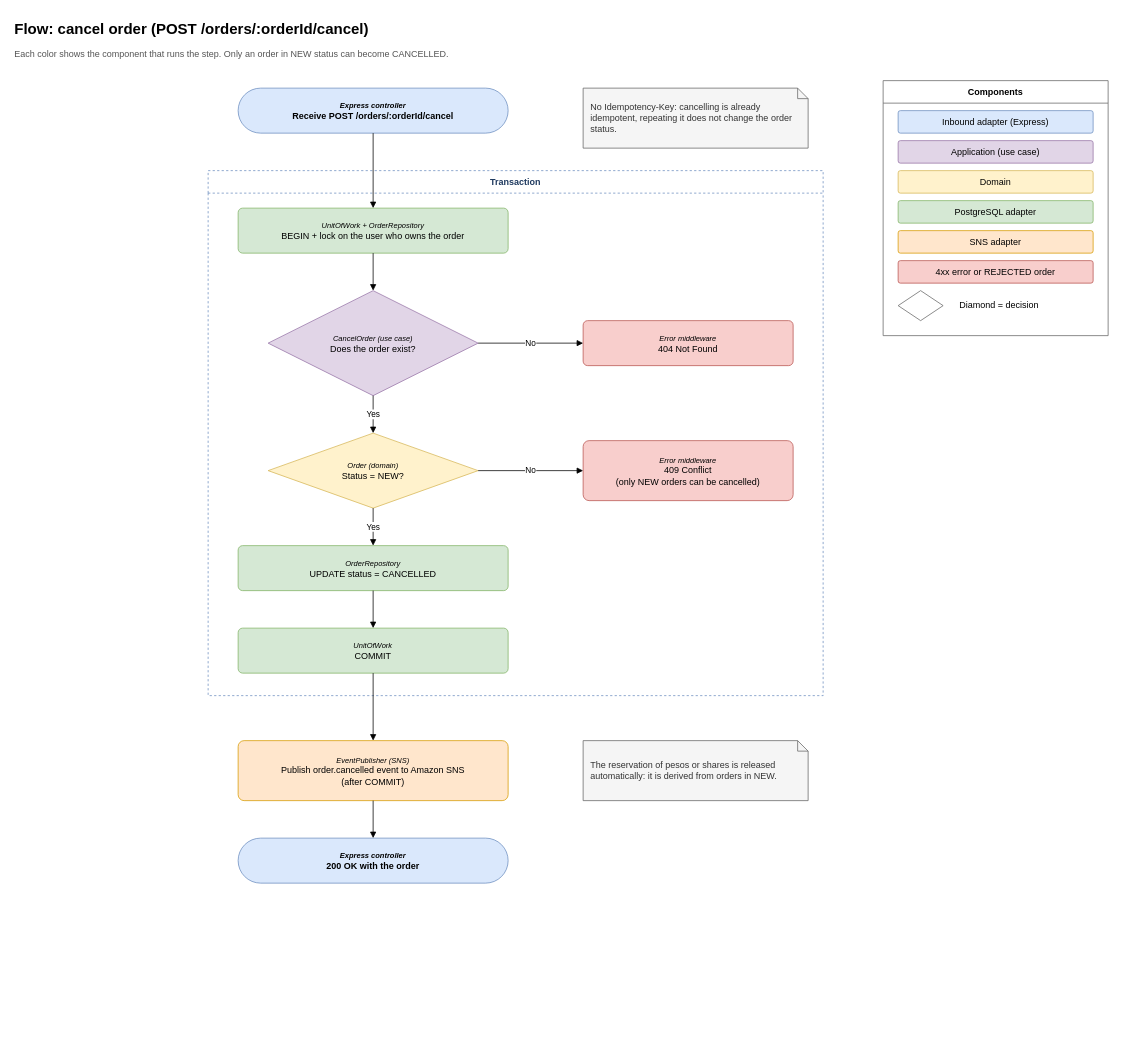
Samuel0023/cocos-challenge keeps this draw.io diagram as page "Flow: cancel order" (5 of 8) of docs/diagrams/cocos-solution.drawio. Above is the earlier version. Source tidied: cells renumbered, new cells numbered last; positions are measured from the earlier drawing's top-left corner, leaving out a move shared by most shapes. Both pictures are drawn from the tidied source at 75%, with x=0, y=0 at pixel (13, 13).
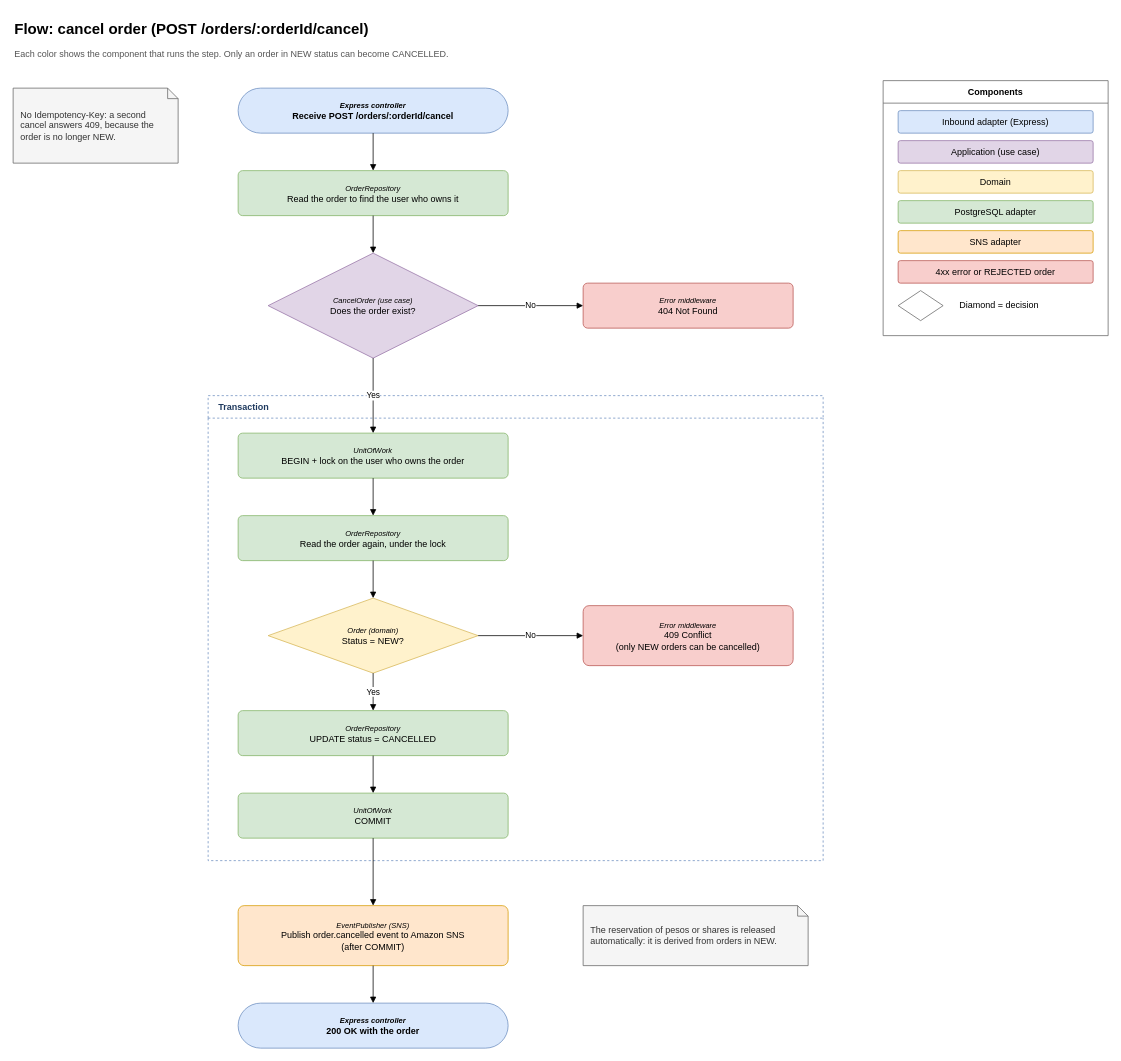
The same diagram, later.

The change refers to these unchanged cells:
```xml
<mxCell id="4" value="&lt;i style=&quot;font-size:10px&quot;&gt;Express controller&lt;/i&gt;&lt;br&gt;Receive POST /orders/:orderId/cancel" style="rounded=1;whiteSpace=wrap;html=1;arcSize=50;fontStyle=1;fillColor=#dae8fc;strokeColor=#6c8ebf;" parent="1" vertex="1">
  <mxGeometry x="300" y="100" width="360" height="60" as="geometry" />
</mxCell>
```

Diff of the diagram source:
```diff
@@
+    <mxCell id="35" value="&lt;i style=&quot;font-size:10px&quot;&gt;OrderRepository&lt;/i&gt;&lt;br&gt;Read the order to find the user who owns it" style="rounded=1;whiteSpace=wrap;html=1;arcSize=10;fillColor=#d5e8d4;strokeColor=#82b366;" parent="1" vertex="1">
+      <mxGeometry x="300" y="210" width="360" height="60" as="geometry" />
+    </mxCell>
+    <mxCell id="12" value="&lt;i style=&quot;font-size:10px&quot;&gt;CancelOrder (use case)&lt;/i&gt;&lt;br&gt;Does the order exist?" style="rhombus;whiteSpace=wrap;html=1;fillColor=#e1d5e7;strokeColor=#9673a6;" parent="1" vertex="1">
+      <mxGeometry x="340" y="320" width="280" height="140" as="geometry" />
+    </mxCell>
+    <mxCell id="13" value="&lt;i style=&quot;font-size:10px&quot;&gt;Error middleware&lt;/i&gt;&lt;br&gt;404 Not Found" style="rounded=1;whiteSpace=wrap;html=1;arcSize=10;fillColor=#f8cecc;strokeColor=#b85450;" parent="1" vertex="1">
+      <mxGeometry x="760" y="360" width="280" height="60" as="geometry" />
+    </mxCell>
-    <mxCell id="5" value="No Idempotency-Key: cancelling is already idempotent, repeating it does not change the order status." style="shape=note;whiteSpace=wrap;html=1;size=14;align=left;spacingLeft=8;spacingRight=8;fillColor=#f5f5f5;strokeColor=#666666;fontColor=#333333;" parent="1" vertex="1">
-      <mxGeometry x="760" y="100" width="300" height="80" as="geometry" />
+    <mxCell id="5" value="No Idempotency-Key: a second cancel answers 409, because the order is no longer NEW." style="shape=note;whiteSpace=wrap;html=1;size=14;align=left;spacingLeft=8;spacingRight=8;fillColor=#f5f5f5;strokeColor=#666666;fontColor=#333333;" parent="1" vertex="1">
+      <mxGeometry y="100" width="220" height="100" as="geometry" />
     </mxCell>
-    <mxCell id="6" value="Transaction" style="swimlane;whiteSpace=wrap;html=1;startSize=30;rounded=0;fontStyle=1;fillColor=none;dashed=1;strokeColor=#6c8ebf;fontColor=#1f3a5f;" parent="1" vertex="1">
-      <mxGeometry x="260" y="210" width="820" height="700" as="geometry" />
+    <mxCell id="6" value="Transaction" style="swimlane;whiteSpace=wrap;html=1;startSize=30;rounded=0;fontStyle=1;fillColor=none;dashed=1;strokeColor=#6c8ebf;fontColor=#1f3a5f;align=left;spacingLeft=12;" parent="1" vertex="1">
+      <mxGeometry x="260" y="510" width="820" height="620" as="geometry" />
     </mxCell>
     <mxCell id="7" value="&lt;i style=&quot;font-size:10px&quot;&gt;EventPublisher (SNS)&lt;/i&gt;&lt;br&gt;Publish order.cancelled event to Amazon SNS&lt;br&gt;(after COMMIT)" style="rounded=1;whiteSpace=wrap;html=1;arcSize=10;fillColor=#ffe6cc;strokeColor=#d79b00;" parent="1" vertex="1">
-      <mxGeometry x="300" y="970" width="360" height="80" as="geometry" />
+      <mxGeometry x="300" y="1190" width="360" height="80" as="geometry" />
     </mxCell>
     <mxCell id="8" value="&lt;i style=&quot;font-size:10px&quot;&gt;Express controller&lt;/i&gt;&lt;br&gt;200 OK with the order" style="rounded=1;whiteSpace=wrap;html=1;arcSize=50;fontStyle=1;fillColor=#dae8fc;strokeColor=#6c8ebf;" parent="1" vertex="1">
-      <mxGeometry x="300" y="1100" width="360" height="60" as="geometry" />
+      <mxGeometry x="300" y="1320" width="360" height="60" as="geometry" />
     </mxCell>
     <mxCell id="9" value="The reservation of pesos or shares is released automatically: it is derived from orders in NEW." style="shape=note;whiteSpace=wrap;html=1;size=14;align=left;spacingLeft=8;spacingRight=8;fillColor=#f5f5f5;strokeColor=#666666;fontColor=#333333;" parent="1" vertex="1">
-      <mxGeometry x="760" y="970" width="300" height="80" as="geometry" />
+      <mxGeometry x="760" y="1190" width="300" height="80" as="geometry" />
     </mxCell>
@@
-    <mxCell id="11" value="&lt;i style=&quot;font-size:10px&quot;&gt;UnitOfWork + OrderRepository&lt;/i&gt;&lt;br&gt;BEGIN + lock on the user who owns the order" style="rounded=1;whiteSpace=wrap;html=1;arcSize=10;fillColor=#d5e8d4;strokeColor=#82b366;" parent="6" vertex="1">
+    <mxCell id="11" value="&lt;i style=&quot;font-size:10px&quot;&gt;UnitOfWork&lt;/i&gt;&lt;br&gt;BEGIN + lock on the user who owns the order" style="rounded=1;whiteSpace=wrap;html=1;arcSize=10;fillColor=#d5e8d4;strokeColor=#82b366;" parent="6" vertex="1">
       <mxGeometry x="40" y="50" width="360" height="60" as="geometry" />
     </mxCell>
-    <mxCell id="12" value="&lt;i style=&quot;font-size:10px&quot;&gt;CancelOrder (use case)&lt;/i&gt;&lt;br&gt;Does the order exist?" style="rhombus;whiteSpace=wrap;html=1;fillColor=#e1d5e7;strokeColor=#9673a6;" parent="6" vertex="1">
-      <mxGeometry x="80" y="160" width="280" height="140" as="geometry" />
-    </mxCell>
-    <mxCell id="13" value="&lt;i style=&quot;font-size:10px&quot;&gt;Error middleware&lt;/i&gt;&lt;br&gt;404 Not Found" style="rounded=1;whiteSpace=wrap;html=1;arcSize=10;fillColor=#f8cecc;strokeColor=#b85450;" parent="6" vertex="1">
-      <mxGeometry x="500" y="200" width="280" height="60" as="geometry" />
-    </mxCell>
+    <mxCell id="36" value="&lt;i style=&quot;font-size:10px&quot;&gt;OrderRepository&lt;/i&gt;&lt;br&gt;Read the order again, under the lock" style="rounded=1;whiteSpace=wrap;html=1;arcSize=10;fillColor=#d5e8d4;strokeColor=#82b366;" parent="6" vertex="1">
+      <mxGeometry x="40" y="160" width="360" height="60" as="geometry" />
+    </mxCell>
     <mxCell id="14" value="&lt;i style=&quot;font-size:10px&quot;&gt;Order (domain)&lt;/i&gt;&lt;br&gt;Status = NEW?" style="rhombus;whiteSpace=wrap;html=1;fillColor=#fff2cc;strokeColor=#d6b656;" parent="6" vertex="1">
-      <mxGeometry x="80" y="350" width="280" height="100" as="geometry" />
+      <mxGeometry x="80" y="270" width="280" height="100" as="geometry" />
     </mxCell>
     <mxCell id="15" value="&lt;i style=&quot;font-size:10px&quot;&gt;Error middleware&lt;/i&gt;&lt;br&gt;409 Conflict&lt;br&gt;(only NEW orders can be cancelled)" style="rounded=1;whiteSpace=wrap;html=1;arcSize=10;fillColor=#f8cecc;strokeColor=#b85450;" parent="6" vertex="1">
-      <mxGeometry x="500" y="360" width="280" height="80" as="geometry" />
+      <mxGeometry x="500" y="280" width="280" height="80" as="geometry" />
     </mxCell>
     <mxCell id="16" value="&lt;i style=&quot;font-size:10px&quot;&gt;OrderRepository&lt;/i&gt;&lt;br&gt;UPDATE status = CANCELLED" style="rounded=1;whiteSpace=wrap;html=1;arcSize=10;fillColor=#d5e8d4;strokeColor=#82b366;" parent="6" vertex="1">
-      <mxGeometry x="40" y="500" width="360" height="60" as="geometry" />
+      <mxGeometry x="40" y="420" width="360" height="60" as="geometry" />
     </mxCell>
     <mxCell id="17" value="&lt;i style=&quot;font-size:10px&quot;&gt;UnitOfWork&lt;/i&gt;&lt;br&gt;COMMIT" style="rounded=1;whiteSpace=wrap;html=1;arcSize=10;fillColor=#d5e8d4;strokeColor=#82b366;" parent="6" vertex="1">
-      <mxGeometry x="40" y="610" width="360" height="60" as="geometry" />
+      <mxGeometry x="40" y="530" width="360" height="60" as="geometry" />
     </mxCell>
@@
-    <mxCell id="26" style="edgeStyle=orthogonalEdgeStyle;rounded=0;html=1;labelBackgroundColor=default;endArrow=block;endFill=1;fontSize=11;exitX=0.5;exitY=1;exitDx=0;exitDy=0;entryX=0.5;entryY=0;entryDx=0;entryDy=0;" parent="1" edge="1" source="4" target="11">
+    <mxCell id="26" style="edgeStyle=orthogonalEdgeStyle;rounded=0;html=1;labelBackgroundColor=default;endArrow=block;endFill=1;fontSize=11;exitX=0.5;exitY=1;exitDx=0;exitDy=0;entryX=0.5;entryY=0;entryDx=0;entryDy=0;" parent="1" edge="1" source="4" target="35">
       <mxGeometry relative="1" as="geometry" />
     </mxCell>
-    <mxCell id="27" style="edgeStyle=orthogonalEdgeStyle;rounded=0;html=1;labelBackgroundColor=default;endArrow=block;endFill=1;fontSize=11;exitX=0.5;exitY=1;exitDx=0;exitDy=0;entryX=0.5;entryY=0;entryDx=0;entryDy=0;" parent="1" edge="1" source="11" target="12">
+    <mxCell id="27" style="edgeStyle=orthogonalEdgeStyle;rounded=0;html=1;labelBackgroundColor=default;endArrow=block;endFill=1;fontSize=11;exitX=0.5;exitY=1;exitDx=0;exitDy=0;entryX=0.5;entryY=0;entryDx=0;entryDy=0;" parent="1" edge="1" source="35" target="12">
       <mxGeometry relative="1" as="geometry" />
     </mxCell>
@@
-    <mxCell id="29" value="Yes" style="edgeStyle=orthogonalEdgeStyle;rounded=0;html=1;labelBackgroundColor=default;endArrow=block;endFill=1;fontSize=11;exitX=0.5;exitY=1;exitDx=0;exitDy=0;entryX=0.5;entryY=0;entryDx=0;entryDy=0;" parent="1" edge="1" source="12" target="14">
+    <mxCell id="29" value="Yes" style="edgeStyle=orthogonalEdgeStyle;rounded=0;html=1;labelBackgroundColor=default;endArrow=block;endFill=1;fontSize=11;exitX=0.5;exitY=1;exitDx=0;exitDy=0;entryX=0.5;entryY=0;entryDx=0;entryDy=0;" parent="1" edge="1" source="12" target="11">
       <mxGeometry relative="1" as="geometry" />
     </mxCell>
-    <mxCell id="30" value="No" style="edgeStyle=orthogonalEdgeStyle;rounded=0;html=1;labelBackgroundColor=default;endArrow=block;endFill=1;fontSize=11;exitX=1;exitY=0.5;exitDx=0;exitDy=0;entryX=0;entryY=0.5;entryDx=0;entryDy=0;" parent="1" edge="1" source="14" target="15">
+    <mxCell id="30" style="edgeStyle=orthogonalEdgeStyle;rounded=0;html=1;labelBackgroundColor=default;endArrow=block;endFill=1;fontSize=11;exitX=0.5;exitY=1;exitDx=0;exitDy=0;entryX=0.5;entryY=0;entryDx=0;entryDy=0;" parent="1" edge="1" source="11" target="36">
       <mxGeometry relative="1" as="geometry" />
     </mxCell>
-    <mxCell id="31" value="Yes" style="edgeStyle=orthogonalEdgeStyle;rounded=0;html=1;labelBackgroundColor=default;endArrow=block;endFill=1;fontSize=11;exitX=0.5;exitY=1;exitDx=0;exitDy=0;entryX=0.5;entryY=0;entryDx=0;entryDy=0;" parent="1" edge="1" source="14" target="16">
+    <mxCell id="31" style="edgeStyle=orthogonalEdgeStyle;rounded=0;html=1;labelBackgroundColor=default;endArrow=block;endFill=1;fontSize=11;exitX=0.5;exitY=1;exitDx=0;exitDy=0;entryX=0.5;entryY=0;entryDx=0;entryDy=0;" parent="1" edge="1" source="36" target="14">
       <mxGeometry relative="1" as="geometry" />
     </mxCell>
-    <mxCell id="32" style="edgeStyle=orthogonalEdgeStyle;rounded=0;html=1;labelBackgroundColor=default;endArrow=block;endFill=1;fontSize=11;exitX=0.5;exitY=1;exitDx=0;exitDy=0;entryX=0.5;entryY=0;entryDx=0;entryDy=0;" parent="1" edge="1" source="16" target="17">
+    <mxCell id="32" value="No" style="edgeStyle=orthogonalEdgeStyle;rounded=0;html=1;labelBackgroundColor=default;endArrow=block;endFill=1;fontSize=11;exitX=1;exitY=0.5;exitDx=0;exitDy=0;entryX=0;entryY=0.5;entryDx=0;entryDy=0;" parent="1" edge="1" source="14" target="15">
       <mxGeometry relative="1" as="geometry" />
     </mxCell>
-    <mxCell id="33" style="edgeStyle=orthogonalEdgeStyle;rounded=0;html=1;labelBackgroundColor=default;endArrow=block;endFill=1;fontSize=11;exitX=0.5;exitY=1;exitDx=0;exitDy=0;entryX=0.5;entryY=0;entryDx=0;entryDy=0;" parent="1" edge="1" source="17" target="7">
+    <mxCell id="33" value="Yes" style="edgeStyle=orthogonalEdgeStyle;rounded=0;html=1;labelBackgroundColor=default;endArrow=block;endFill=1;fontSize=11;exitX=0.5;exitY=1;exitDx=0;exitDy=0;entryX=0.5;entryY=0;entryDx=0;entryDy=0;" parent="1" edge="1" source="14" target="16">
       <mxGeometry relative="1" as="geometry" />
     </mxCell>
-    <mxCell id="34" style="edgeStyle=orthogonalEdgeStyle;rounded=0;html=1;labelBackgroundColor=default;endArrow=block;endFill=1;fontSize=11;exitX=0.5;exitY=1;exitDx=0;exitDy=0;entryX=0.5;entryY=0;entryDx=0;entryDy=0;" parent="1" edge="1" source="7" target="8">
+    <mxCell id="34" style="edgeStyle=orthogonalEdgeStyle;rounded=0;html=1;labelBackgroundColor=default;endArrow=block;endFill=1;fontSize=11;exitX=0.5;exitY=1;exitDx=0;exitDy=0;entryX=0.5;entryY=0;entryDx=0;entryDy=0;" parent="1" edge="1" source="16" target="17">
       <mxGeometry relative="1" as="geometry" />
     </mxCell>
+    <mxCell id="37" style="edgeStyle=orthogonalEdgeStyle;rounded=0;html=1;labelBackgroundColor=default;endArrow=block;endFill=1;fontSize=11;exitX=0.5;exitY=1;exitDx=0;exitDy=0;entryX=0.5;entryY=0;entryDx=0;entryDy=0;" parent="1" edge="1" source="17" target="7">
+      <mxGeometry relative="1" as="geometry" />
+    </mxCell>
+    <mxCell id="38" style="edgeStyle=orthogonalEdgeStyle;rounded=0;html=1;labelBackgroundColor=default;endArrow=block;endFill=1;fontSize=11;exitX=0.5;exitY=1;exitDx=0;exitDy=0;entryX=0.5;entryY=0;entryDx=0;entryDy=0;" parent="1" edge="1" source="7" target="8">
+      <mxGeometry relative="1" as="geometry" />
+    </mxCell>
```
